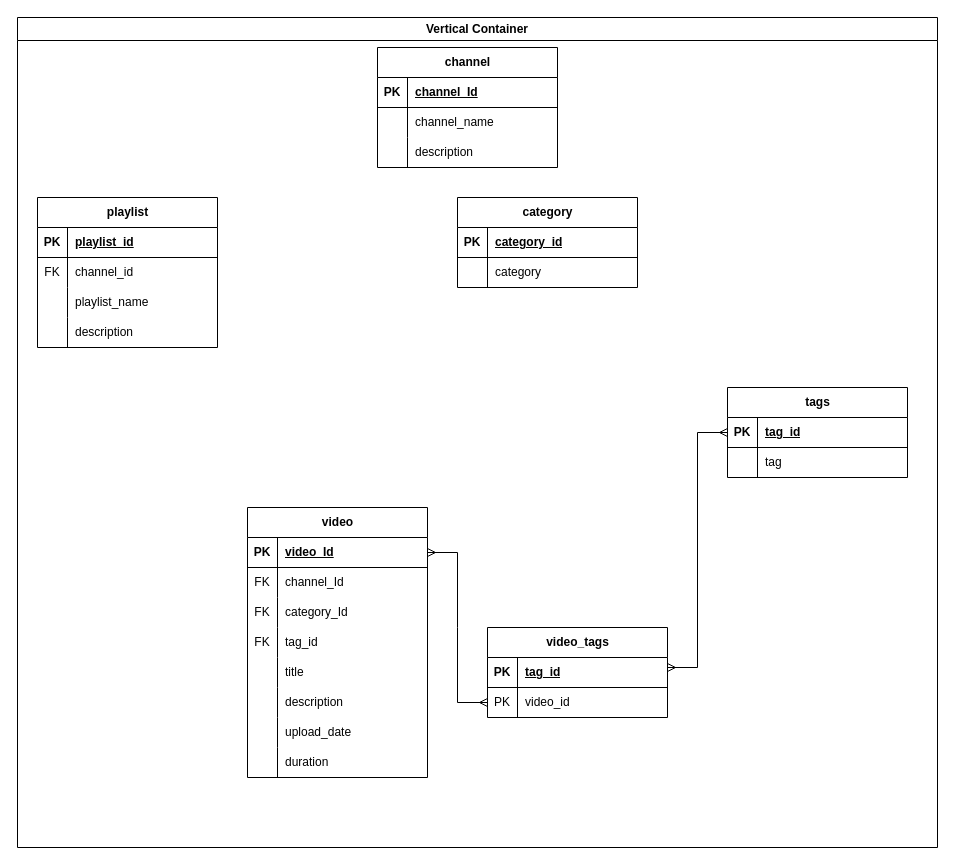
Above: youtube_content_management.drawio in HariHaraChandar0715/Data_Warehouse_Learnings (draw.io), before the change. Source tidied: cells renumbered, new cells numbered last; positions are measured from the earlier drawing's top-left corner, leaving out a move shared by most shapes. Both pictures are drawn from the tidied source at 100%, with x=0, y=0 at pixel (17, 17).
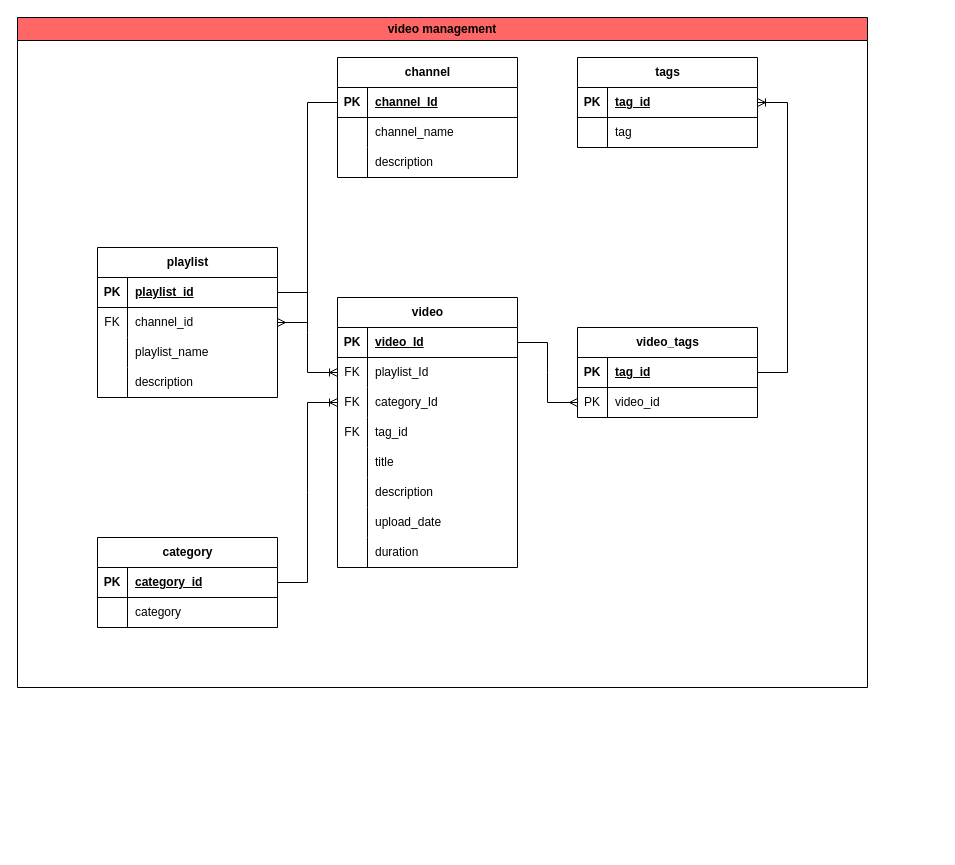
The same page after the edit.

The change refers to these unchanged cells:
```xml
<mxCell id="4" style="shape=tableRow;horizontal=0;startSize=0;swimlaneHead=0;swimlaneBody=0;fillColor=none;points=[[0,0.5],[1,0.5]];portConstraint=eastwest;top=0;left=0;right=0;bottom=1;" parent="3" vertex="1">
  <mxGeometry y="30" width="180" height="30" as="geometry" />
</mxCell>
<mxCell id="14" style="shape=tableRow;horizontal=0;startSize=0;swimlaneHead=0;swimlaneBody=0;fillColor=none;points=[[0,0.5],[1,0.5]];portConstraint=eastwest;top=0;left=0;right=0;bottom=1;" parent="13" vertex="1">
  <mxGeometry y="30" width="180" height="30" as="geometry" />
</mxCell>
<mxCell id="17" style="shape=tableRow;horizontal=0;startSize=0;swimlaneHead=0;swimlaneBody=0;fillColor=none;points=[[0,0.5],[1,0.5]];portConstraint=eastwest;top=0;left=0;right=0;bottom=0;" parent="13" vertex="1">
  <mxGeometry y="60" width="180" height="30" as="geometry" />
</mxCell>
<mxCell id="20" style="shape=tableRow;horizontal=0;startSize=0;swimlaneHead=0;swimlaneBody=0;fillColor=none;points=[[0,0.5],[1,0.5]];portConstraint=eastwest;top=0;left=0;right=0;bottom=0;" parent="13" vertex="1">
  <mxGeometry y="90" width="180" height="30" as="geometry" />
</mxCell>
<mxCell id="39" style="shape=tableRow;horizontal=0;startSize=0;swimlaneHead=0;swimlaneBody=0;fillColor=none;points=[[0,0.5],[1,0.5]];portConstraint=eastwest;top=0;left=0;right=0;bottom=1;" parent="38" vertex="1">
  <mxGeometry y="30" width="180" height="30" as="geometry" />
</mxCell>
<mxCell id="42" style="shape=tableRow;horizontal=0;startSize=0;swimlaneHead=0;swimlaneBody=0;fillColor=none;points=[[0,0.5],[1,0.5]];portConstraint=eastwest;top=0;left=0;right=0;bottom=0;" parent="38" vertex="1">
  <mxGeometry y="60" width="180" height="30" as="geometry" />
</mxCell>
<mxCell id="52" style="shape=tableRow;horizontal=0;startSize=0;swimlaneHead=0;swimlaneBody=0;fillColor=none;points=[[0,0.5],[1,0.5]];portConstraint=eastwest;top=0;left=0;right=0;bottom=1;" parent="51" vertex="1">
  <mxGeometry y="30" width="180" height="30" as="geometry" />
</mxCell>
<mxCell id="59" style="shape=tableRow;horizontal=0;startSize=0;swimlaneHead=0;swimlaneBody=0;fillColor=none;points=[[0,0.5],[1,0.5]];portConstraint=eastwest;top=0;left=0;right=0;bottom=1;" parent="58" vertex="1">
  <mxGeometry y="30" width="180" height="30" as="geometry" />
</mxCell>
<mxCell id="66" style="shape=tableRow;horizontal=0;startSize=0;swimlaneHead=0;swimlaneBody=0;fillColor=none;points=[[0,0.5],[1,0.5]];portConstraint=eastwest;top=0;left=0;right=0;bottom=1;" parent="65" vertex="1">
  <mxGeometry y="30" width="180" height="30" as="geometry" />
</mxCell>
<mxCell id="69" style="shape=tableRow;horizontal=0;startSize=0;swimlaneHead=0;swimlaneBody=0;fillColor=none;points=[[0,0.5],[1,0.5]];portConstraint=eastwest;top=0;left=0;right=0;bottom=0;" parent="65" vertex="1">
  <mxGeometry y="60" width="180" height="30" as="geometry" />
</mxCell>
```

What changed in the source:
```diff
@@
-    <mxCell id="2" value="Vertical Container" style="swimlane;whiteSpace=wrap;html=1;" parent="1" vertex="1">
-      <mxGeometry width="920" height="830" as="geometry" />
+    <mxCell id="2" value="video management" style="swimlane;whiteSpace=wrap;html=1;labelBackgroundColor=none;fillColor=#FF6666;" parent="1" vertex="1">
+      <mxGeometry width="850" height="670" as="geometry" />
     </mxCell>
     <mxCell id="3" value="channel" style="shape=table;startSize=30;childLayout=tableLayout;rowLines=0;fontStyle=1;align=center;html=1;" parent="2" vertex="1">
-      <mxGeometry x="360" y="30" width="180" height="120" as="geometry" />
+      <mxGeometry x="320" y="40" width="180" height="120" as="geometry" />
     </mxCell>
@@
     <mxCell id="13" value="video" style="shape=table;startSize=30;childLayout=tableLayout;rowLines=0;fontStyle=1;align=center;html=1;" parent="2" vertex="1">
-      <mxGeometry x="230" y="490" width="180" height="270" as="geometry" />
+      <mxGeometry x="320" y="280" width="180" height="270" as="geometry" />
     </mxCell>
@@
-    <mxCell id="19" value="channel_Id" style="shape=partialRectangle;fillColor=none;top=0;left=0;bottom=0;right=0;align=left;spacingLeft=6;overflow=hidden;whiteSpace=wrap;html=1;" parent="17" vertex="1">
+    <mxCell id="19" value="playlist_Id" style="shape=partialRectangle;fillColor=none;top=0;left=0;bottom=0;right=0;align=left;spacingLeft=6;overflow=hidden;whiteSpace=wrap;html=1;" parent="17" vertex="1">
       <mxGeometry x="30" width="150" height="30" as="geometry" />
     </mxCell>
@@
     <mxCell id="38" value="playlist" style="shape=table;startSize=30;childLayout=tableLayout;rowLines=0;fontStyle=1;align=center;html=1;" parent="2" vertex="1">
-      <mxGeometry x="20" y="180" width="180" height="150" as="geometry" />
+      <mxGeometry x="80" y="230" width="180" height="150" as="geometry" />
     </mxCell>
@@
     <mxCell id="51" value="category" style="shape=table;startSize=30;childLayout=tableLayout;rowLines=0;fontStyle=1;align=center;html=1;" parent="2" vertex="1">
-      <mxGeometry x="440" y="180" width="180" height="90" as="geometry" />
+      <mxGeometry x="80" y="520" width="180" height="90" as="geometry" />
     </mxCell>
@@
     <mxCell id="58" value="tags" style="shape=table;startSize=30;childLayout=tableLayout;rowLines=0;fontStyle=1;align=center;html=1;" parent="2" vertex="1">
-      <mxGeometry x="710" y="370" width="180" height="90" as="geometry" />
+      <mxGeometry x="560" y="40" width="180" height="90" as="geometry" />
     </mxCell>
@@
     <mxCell id="65" value="video_tags" style="shape=table;startSize=30;childLayout=tableLayout;rowLines=0;fontStyle=1;align=center;html=1;" parent="2" vertex="1">
-      <mxGeometry x="470" y="610" width="180" height="90" as="geometry" />
+      <mxGeometry x="560" y="310" width="180" height="90" as="geometry" />
     </mxCell>
@@
-    <mxCell id="72" style="edgeStyle=entityRelationEdgeStyle;fontSize=12;html=1;endArrow=ERmany;startArrow=ERmany;rounded=0;exitX=1;exitY=0.5;exitDx=0;exitDy=0;entryX=0;entryY=0.5;entryDx=0;entryDy=0;" parent="2" edge="1" source="14" target="69">
+    <mxCell id="72" style="edgeStyle=entityRelationEdgeStyle;fontSize=12;html=1;endArrow=ERmany;startArrow=baseDash;rounded=0;exitX=1;exitY=0.5;exitDx=0;exitDy=0;entryX=0;entryY=0.5;entryDx=0;entryDy=0;startFill=0;endFill=0;" parent="2" edge="1" source="14" target="69">
       <mxGeometry relative="1" as="geometry" />
     </mxCell>
-    <mxCell id="73" style="edgeStyle=entityRelationEdgeStyle;fontSize=12;html=1;endArrow=ERmany;startArrow=ERmany;rounded=0;entryX=0;entryY=0.5;entryDx=0;entryDy=0;" parent="2" edge="1" target="59">
-      <mxGeometry relative="1" as="geometry">
-        <mxPoint x="650" y="650" as="sourcePoint" />
-        <Array as="points">
-          <mxPoint x="700" y="420" />
-        </Array>
-      </mxGeometry>
-    </mxCell>
+    <mxCell id="74" style="edgeStyle=entityRelationEdgeStyle;fontSize=12;html=1;endArrow=ERoneToMany;rounded=0;exitX=1;exitY=0.5;exitDx=0;exitDy=0;entryX=0;entryY=0.5;entryDx=0;entryDy=0;" parent="2" edge="1" source="52" target="20">
+      <mxGeometry relative="1" as="geometry" />
+    </mxCell>
+    <mxCell id="75" style="edgeStyle=entityRelationEdgeStyle;fontSize=12;html=1;endArrow=ERoneToMany;rounded=0;entryX=0;entryY=0.5;entryDx=0;entryDy=0;exitX=1;exitY=0.5;exitDx=0;exitDy=0;" parent="2" edge="1" source="39" target="17">
+      <mxGeometry relative="1" as="geometry" />
+    </mxCell>
+    <mxCell id="76" style="edgeStyle=entityRelationEdgeStyle;fontSize=12;html=1;endArrow=ERmany;rounded=0;entryX=1;entryY=0.5;entryDx=0;entryDy=0;endFill=0;exitX=0;exitY=0.5;exitDx=0;exitDy=0;startArrow=baseDash;startFill=0;" parent="2" edge="1" source="4" target="42">
+      <mxGeometry relative="1" as="geometry" />
+    </mxCell>
+    <mxCell id="77" style="edgeStyle=entityRelationEdgeStyle;fontSize=12;html=1;endArrow=ERoneToMany;rounded=0;entryX=1;entryY=0.5;entryDx=0;entryDy=0;exitX=1;exitY=0.5;exitDx=0;exitDy=0;" parent="2" edge="1" source="66" target="59">
+      <mxGeometry relative="1" as="geometry">
+        <Array as="points">
+          <mxPoint x="750" y="350" />
+        </Array>
+      </mxGeometry>
+    </mxCell>
```
